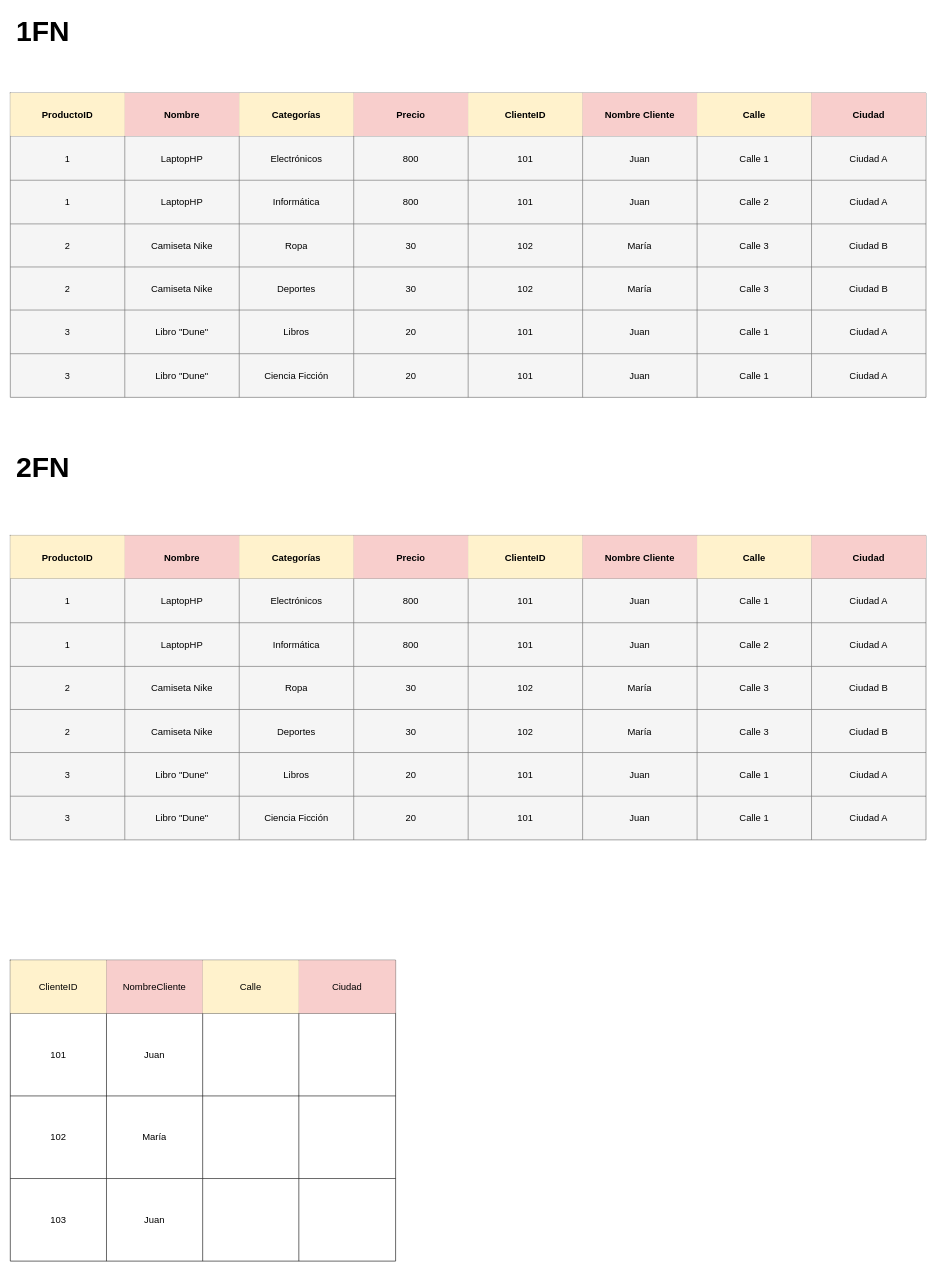
Above: Unidad-4/Tarea-1/Tarea-1.drawio in jpprguezz/BAE (draw.io), before the change. Source tidied: cells renumbered, new cells numbered last; positions are measured from the earlier drawing's top-left corner, leaving out a move shared by most shapes. Both pictures are drawn from the tidied source at 59%, with x=0, y=0 at pixel (10, 10).
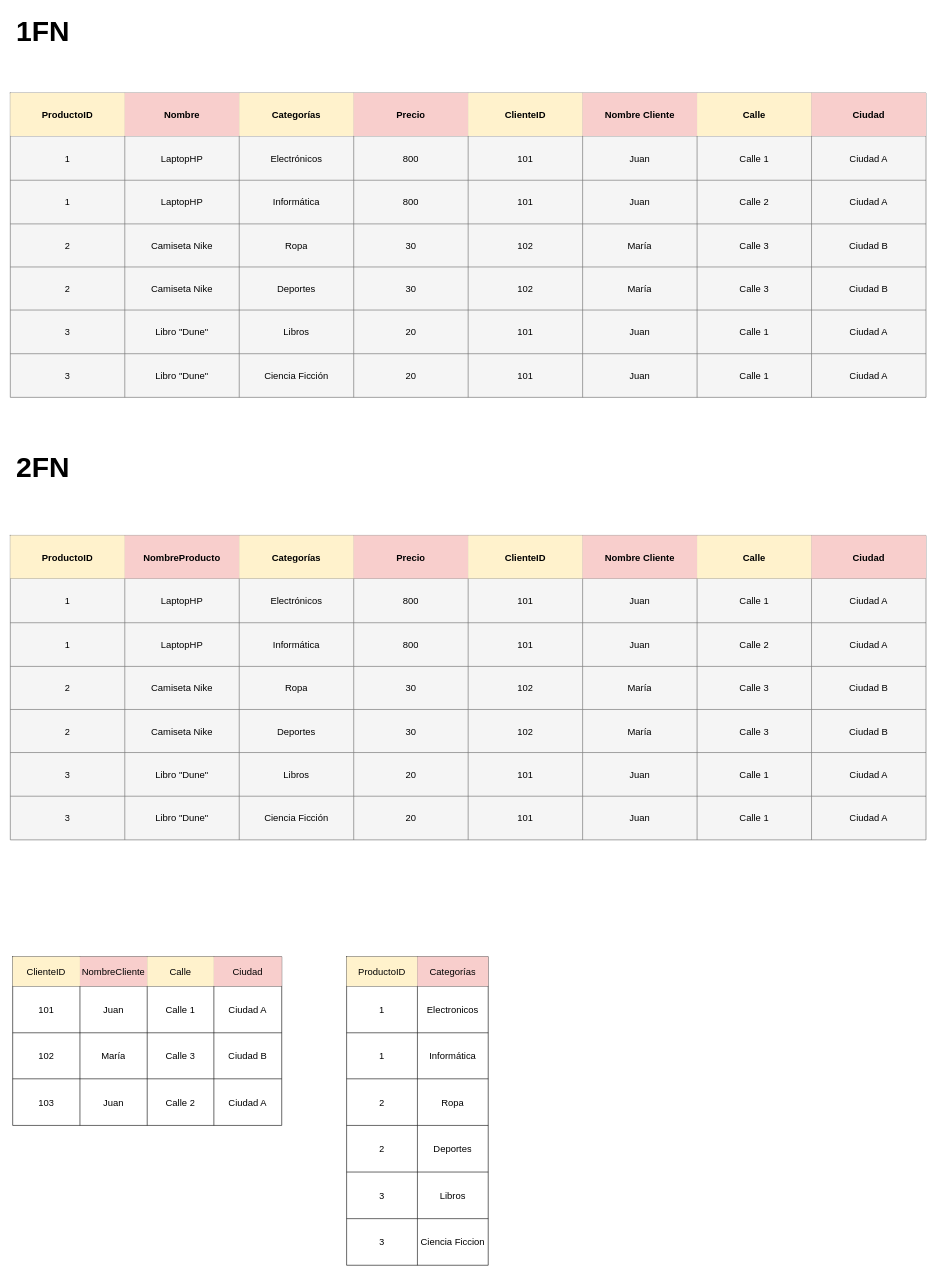
After the change.

The change refers to these unchanged cells:
```xml
<mxCell id="69" style="shape=tableRow;horizontal=0;startSize=0;swimlaneHead=0;swimlaneBody=0;strokeColor=inherit;top=0;left=0;bottom=0;right=0;fillColor=none;fontSize=16;" parent="68" vertex="1">
  <mxGeometry width="1552" height="73" as="geometry" />
</mxCell>
```

Change to the diagram source:
```diff
@@
-    <mxCell id="71" value="&lt;b&gt;Nombre &lt;/b&gt;" style="shape=partialRectangle;html=1;whiteSpace=wrap;strokeColor=#b85450;overflow=hidden;fillColor=#f8cecc;top=0;left=0;bottom=0;right=0;fontSize=16;" parent="69" vertex="1">
+    <mxCell id="71" value="&lt;b&gt;NombreProducto&lt;/b&gt;" style="shape=partialRectangle;html=1;whiteSpace=wrap;strokeColor=#b85450;overflow=hidden;fillColor=#f8cecc;top=0;left=0;bottom=0;right=0;fontSize=16;" parent="69" vertex="1">
       <mxGeometry x="194" width="194" height="73" as="geometry" />
     </mxCell>
@@
     <mxCell id="132" style="shape=table;startSize=0;childLayout=tableLayout;fontSize=16;" parent="1" vertex="1">
-      <mxGeometry y="1610" width="653" height="510" as="geometry" />
+      <mxGeometry x="4" y="1604" width="456" height="286" as="geometry" />
     </mxCell>
     <mxCell id="133" style="shape=tableRow;horizontal=0;startSize=0;swimlaneHead=0;swimlaneBody=0;strokeColor=inherit;top=0;left=0;bottom=0;right=0;fillColor=none;fontSize=16;" parent="132" vertex="1">
-      <mxGeometry width="653" height="90" as="geometry" />
+      <mxGeometry width="456" height="50" as="geometry" />
     </mxCell>
     <mxCell id="134" value="ClienteID" style="shape=partialRectangle;html=1;whiteSpace=wrap;strokeColor=#d6b656;overflow=hidden;fillColor=#fff2cc;top=0;left=0;bottom=0;right=0;fontSize=16;" parent="133" vertex="1">
-      <mxGeometry width="163" height="90" as="geometry" />
+      <mxGeometry width="114" height="50" as="geometry" />
     </mxCell>
     <mxCell id="135" value="NombreCliente" style="shape=partialRectangle;html=1;whiteSpace=wrap;strokeColor=#b85450;overflow=hidden;fillColor=#f8cecc;top=0;left=0;bottom=0;right=0;fontSize=16;" parent="133" vertex="1">
-      <mxGeometry x="163" width="163" height="90" as="geometry" />
+      <mxGeometry x="114" width="114" height="50" as="geometry" />
     </mxCell>
     <mxCell id="136" value="Calle" style="shape=partialRectangle;html=1;whiteSpace=wrap;strokeColor=#d6b656;overflow=hidden;fillColor=#fff2cc;top=0;left=0;bottom=0;right=0;fontSize=16;" parent="133" vertex="1">
-      <mxGeometry x="326" width="163" height="90" as="geometry" />
+      <mxGeometry x="228" width="113" height="50" as="geometry" />
     </mxCell>
     <mxCell id="137" value="Ciudad" style="shape=partialRectangle;html=1;whiteSpace=wrap;strokeColor=#b85450;overflow=hidden;fillColor=#f8cecc;top=0;left=0;bottom=0;right=0;fontSize=16;" parent="133" vertex="1">
-      <mxGeometry x="489" width="164" height="90" as="geometry" />
+      <mxGeometry x="341" width="115" height="50" as="geometry" />
     </mxCell>
     <mxCell id="138" style="shape=tableRow;horizontal=0;startSize=0;swimlaneHead=0;swimlaneBody=0;strokeColor=inherit;top=0;left=0;bottom=0;right=0;fillColor=none;fontSize=16;" parent="132" vertex="1">
-      <mxGeometry y="90" width="653" height="140" as="geometry" />
+      <mxGeometry y="50" width="456" height="79" as="geometry" />
     </mxCell>
     <mxCell id="139" value="101" style="shape=partialRectangle;html=1;whiteSpace=wrap;strokeColor=inherit;overflow=hidden;fillColor=none;top=0;left=0;bottom=0;right=0;fontSize=16;" parent="138" vertex="1">
-      <mxGeometry width="163" height="140" as="geometry" />
+      <mxGeometry width="114" height="79" as="geometry" />
     </mxCell>
     <mxCell id="140" value="Juan" style="shape=partialRectangle;html=1;whiteSpace=wrap;strokeColor=inherit;overflow=hidden;fillColor=none;top=0;left=0;bottom=0;right=0;fontSize=16;" parent="138" vertex="1">
-      <mxGeometry x="163" width="163" height="140" as="geometry" />
+      <mxGeometry x="114" width="114" height="79" as="geometry" />
     </mxCell>
-    <mxCell id="141" style="shape=partialRectangle;html=1;whiteSpace=wrap;strokeColor=inherit;overflow=hidden;fillColor=none;top=0;left=0;bottom=0;right=0;fontSize=16;" parent="138" vertex="1">
-      <mxGeometry x="326" width="163" height="140" as="geometry" />
+    <mxCell id="141" value="Calle 1" style="shape=partialRectangle;html=1;whiteSpace=wrap;strokeColor=inherit;overflow=hidden;fillColor=none;top=0;left=0;bottom=0;right=0;fontSize=16;" parent="138" vertex="1">
+      <mxGeometry x="228" width="113" height="79" as="geometry" />
     </mxCell>
-    <mxCell id="142" style="shape=partialRectangle;html=1;whiteSpace=wrap;strokeColor=inherit;overflow=hidden;fillColor=none;top=0;left=0;bottom=0;right=0;fontSize=16;" parent="138" vertex="1">
-      <mxGeometry x="489" width="164" height="140" as="geometry" />
+    <mxCell id="142" value="Ciudad A" style="shape=partialRectangle;html=1;whiteSpace=wrap;strokeColor=inherit;overflow=hidden;fillColor=none;top=0;left=0;bottom=0;right=0;fontSize=16;" parent="138" vertex="1">
+      <mxGeometry x="341" width="115" height="79" as="geometry" />
     </mxCell>
     <mxCell id="143" style="shape=tableRow;horizontal=0;startSize=0;swimlaneHead=0;swimlaneBody=0;strokeColor=inherit;top=0;left=0;bottom=0;right=0;fillColor=none;fontSize=16;" parent="132" vertex="1">
-      <mxGeometry y="230" width="653" height="140" as="geometry" />
+      <mxGeometry y="129" width="456" height="78" as="geometry" />
     </mxCell>
     <mxCell id="144" value="102" style="shape=partialRectangle;html=1;whiteSpace=wrap;strokeColor=inherit;overflow=hidden;fillColor=none;top=0;left=0;bottom=0;right=0;fontSize=16;" parent="143" vertex="1">
-      <mxGeometry width="163" height="140" as="geometry" />
+      <mxGeometry width="114" height="78" as="geometry" />
     </mxCell>
     <mxCell id="145" value="María" style="shape=partialRectangle;html=1;whiteSpace=wrap;strokeColor=inherit;overflow=hidden;fillColor=none;top=0;left=0;bottom=0;right=0;fontSize=16;" parent="143" vertex="1">
-      <mxGeometry x="163" width="163" height="140" as="geometry" />
+      <mxGeometry x="114" width="114" height="78" as="geometry" />
     </mxCell>
-    <mxCell id="146" style="shape=partialRectangle;html=1;whiteSpace=wrap;strokeColor=inherit;overflow=hidden;fillColor=none;top=0;left=0;bottom=0;right=0;fontSize=16;" parent="143" vertex="1">
-      <mxGeometry x="326" width="163" height="140" as="geometry" />
+    <mxCell id="146" value="Calle 3" style="shape=partialRectangle;html=1;whiteSpace=wrap;strokeColor=inherit;overflow=hidden;fillColor=none;top=0;left=0;bottom=0;right=0;fontSize=16;" parent="143" vertex="1">
+      <mxGeometry x="228" width="113" height="78" as="geometry" />
     </mxCell>
-    <mxCell id="147" style="shape=partialRectangle;html=1;whiteSpace=wrap;strokeColor=inherit;overflow=hidden;fillColor=none;top=0;left=0;bottom=0;right=0;fontSize=16;" parent="143" vertex="1">
-      <mxGeometry x="489" width="164" height="140" as="geometry" />
+    <mxCell id="147" value="Ciudad B" style="shape=partialRectangle;html=1;whiteSpace=wrap;strokeColor=inherit;overflow=hidden;fillColor=none;top=0;left=0;bottom=0;right=0;fontSize=16;" parent="143" vertex="1">
+      <mxGeometry x="341" width="115" height="78" as="geometry" />
     </mxCell>
     <mxCell id="148" style="shape=tableRow;horizontal=0;startSize=0;swimlaneHead=0;swimlaneBody=0;strokeColor=inherit;top=0;left=0;bottom=0;right=0;fillColor=none;fontSize=16;" parent="132" vertex="1">
-      <mxGeometry y="370" width="653" height="140" as="geometry" />
+      <mxGeometry y="207" width="456" height="79" as="geometry" />
     </mxCell>
     <mxCell id="149" value="103" style="shape=partialRectangle;html=1;whiteSpace=wrap;strokeColor=inherit;overflow=hidden;fillColor=none;top=0;left=0;bottom=0;right=0;fontSize=16;" parent="148" vertex="1">
-      <mxGeometry width="163" height="140" as="geometry" />
+      <mxGeometry width="114" height="79" as="geometry" />
     </mxCell>
     <mxCell id="150" value="Juan" style="shape=partialRectangle;html=1;whiteSpace=wrap;strokeColor=inherit;overflow=hidden;fillColor=none;top=0;left=0;bottom=0;right=0;fontSize=16;" parent="148" vertex="1">
-      <mxGeometry x="163" width="163" height="140" as="geometry" />
+      <mxGeometry x="114" width="114" height="79" as="geometry" />
     </mxCell>
-    <mxCell id="151" style="shape=partialRectangle;html=1;whiteSpace=wrap;strokeColor=inherit;overflow=hidden;fillColor=none;top=0;left=0;bottom=0;right=0;fontSize=16;" parent="148" vertex="1">
-      <mxGeometry x="326" width="163" height="140" as="geometry" />
+    <mxCell id="151" value="Calle 2" style="shape=partialRectangle;html=1;whiteSpace=wrap;strokeColor=inherit;overflow=hidden;fillColor=none;top=0;left=0;bottom=0;right=0;fontSize=16;" parent="148" vertex="1">
+      <mxGeometry x="228" width="113" height="79" as="geometry" />
     </mxCell>
-    <mxCell id="152" style="shape=partialRectangle;html=1;whiteSpace=wrap;strokeColor=inherit;overflow=hidden;fillColor=none;top=0;left=0;bottom=0;right=0;fontSize=16;" parent="148" vertex="1">
-      <mxGeometry x="489" width="164" height="140" as="geometry" />
+    <mxCell id="152" value="Ciudad A" style="shape=partialRectangle;html=1;whiteSpace=wrap;strokeColor=inherit;overflow=hidden;fillColor=none;top=0;left=0;bottom=0;right=0;fontSize=16;" parent="148" vertex="1">
+      <mxGeometry x="341" width="115" height="79" as="geometry" />
     </mxCell>
+    <mxCell id="153" style="shape=table;startSize=0;childLayout=tableLayout;fontSize=16;" parent="1" vertex="1">
+      <mxGeometry x="570" y="1604" width="240" height="523" as="geometry" />
+    </mxCell>
+    <mxCell id="154" style="shape=tableRow;horizontal=0;startSize=0;swimlaneHead=0;swimlaneBody=0;strokeColor=inherit;top=0;left=0;bottom=0;right=0;fillColor=none;fontSize=16;" parent="153" vertex="1">
+      <mxGeometry width="240" height="50" as="geometry" />
+    </mxCell>
+    <mxCell id="155" value="ProductoID" style="shape=partialRectangle;html=1;whiteSpace=wrap;strokeColor=#d6b656;overflow=hidden;fillColor=#fff2cc;top=0;left=0;bottom=0;right=0;fontSize=16;" parent="154" vertex="1">
+      <mxGeometry width="120" height="50" as="geometry" />
+    </mxCell>
+    <mxCell id="156" value="Categorías" style="shape=partialRectangle;html=1;whiteSpace=wrap;strokeColor=#b85450;overflow=hidden;fillColor=#f8cecc;top=0;left=0;bottom=0;right=0;fontSize=16;" parent="154" vertex="1">
+      <mxGeometry x="120" width="120" height="50" as="geometry" />
+    </mxCell>
+    <mxCell id="157" style="shape=tableRow;horizontal=0;startSize=0;swimlaneHead=0;swimlaneBody=0;strokeColor=inherit;top=0;left=0;bottom=0;right=0;fillColor=none;fontSize=16;" parent="153" vertex="1">
+      <mxGeometry y="50" width="240" height="79" as="geometry" />
+    </mxCell>
+    <mxCell id="158" value="1" style="shape=partialRectangle;html=1;whiteSpace=wrap;strokeColor=inherit;overflow=hidden;fillColor=none;top=0;left=0;bottom=0;right=0;fontSize=16;" parent="157" vertex="1">
+      <mxGeometry width="120" height="79" as="geometry" />
+    </mxCell>
+    <mxCell id="159" value="Electronicos" style="shape=partialRectangle;html=1;whiteSpace=wrap;strokeColor=inherit;overflow=hidden;fillColor=none;top=0;left=0;bottom=0;right=0;fontSize=16;" parent="157" vertex="1">
+      <mxGeometry x="120" width="120" height="79" as="geometry" />
+    </mxCell>
+    <mxCell id="160" style="shape=tableRow;horizontal=0;startSize=0;swimlaneHead=0;swimlaneBody=0;strokeColor=inherit;top=0;left=0;bottom=0;right=0;fillColor=none;fontSize=16;" parent="153" vertex="1">
+      <mxGeometry y="129" width="240" height="78" as="geometry" />
+    </mxCell>
+    <mxCell id="161" value="1" style="shape=partialRectangle;html=1;whiteSpace=wrap;strokeColor=inherit;overflow=hidden;fillColor=none;top=0;left=0;bottom=0;right=0;fontSize=16;" parent="160" vertex="1">
+      <mxGeometry width="120" height="78" as="geometry" />
+    </mxCell>
+    <mxCell id="162" value="Informática" style="shape=partialRectangle;html=1;whiteSpace=wrap;strokeColor=inherit;overflow=hidden;fillColor=none;top=0;left=0;bottom=0;right=0;fontSize=16;" parent="160" vertex="1">
+      <mxGeometry x="120" width="120" height="78" as="geometry" />
+    </mxCell>
+    <mxCell id="163" style="shape=tableRow;horizontal=0;startSize=0;swimlaneHead=0;swimlaneBody=0;strokeColor=inherit;top=0;left=0;bottom=0;right=0;fillColor=none;fontSize=16;" parent="153" vertex="1">
+      <mxGeometry y="207" width="240" height="79" as="geometry" />
+    </mxCell>
+    <mxCell id="164" value="2" style="shape=partialRectangle;html=1;whiteSpace=wrap;strokeColor=inherit;overflow=hidden;fillColor=none;top=0;left=0;bottom=0;right=0;fontSize=16;" parent="163" vertex="1">
+      <mxGeometry width="120" height="79" as="geometry" />
+    </mxCell>
+    <mxCell id="165" value="Ropa" style="shape=partialRectangle;html=1;whiteSpace=wrap;strokeColor=inherit;overflow=hidden;fillColor=none;top=0;left=0;bottom=0;right=0;fontSize=16;" parent="163" vertex="1">
+      <mxGeometry x="120" width="120" height="79" as="geometry" />
+    </mxCell>
+    <mxCell id="166" style="shape=tableRow;horizontal=0;startSize=0;swimlaneHead=0;swimlaneBody=0;strokeColor=inherit;top=0;left=0;bottom=0;right=0;fillColor=none;fontSize=16;" parent="153" vertex="1">
+      <mxGeometry y="286" width="240" height="79" as="geometry" />
+    </mxCell>
+    <mxCell id="167" value="2" style="shape=partialRectangle;html=1;whiteSpace=wrap;strokeColor=inherit;overflow=hidden;fillColor=none;top=0;left=0;bottom=0;right=0;fontSize=16;" parent="166" vertex="1">
+      <mxGeometry width="120" height="79" as="geometry" />
+    </mxCell>
+    <mxCell id="168" value="Deportes" style="shape=partialRectangle;html=1;whiteSpace=wrap;strokeColor=inherit;overflow=hidden;fillColor=none;top=0;left=0;bottom=0;right=0;fontSize=16;" parent="166" vertex="1">
+      <mxGeometry x="120" width="120" height="79" as="geometry" />
+    </mxCell>
+    <mxCell id="169" style="shape=tableRow;horizontal=0;startSize=0;swimlaneHead=0;swimlaneBody=0;strokeColor=inherit;top=0;left=0;bottom=0;right=0;fillColor=none;fontSize=16;" parent="153" vertex="1">
+      <mxGeometry y="365" width="240" height="79" as="geometry" />
+    </mxCell>
+    <mxCell id="170" value="3" style="shape=partialRectangle;html=1;whiteSpace=wrap;strokeColor=inherit;overflow=hidden;fillColor=none;top=0;left=0;bottom=0;right=0;fontSize=16;" parent="169" vertex="1">
+      <mxGeometry width="120" height="79" as="geometry" />
+    </mxCell>
+    <mxCell id="171" value="Libros" style="shape=partialRectangle;html=1;whiteSpace=wrap;strokeColor=inherit;overflow=hidden;fillColor=none;top=0;left=0;bottom=0;right=0;fontSize=16;" parent="169" vertex="1">
+      <mxGeometry x="120" width="120" height="79" as="geometry" />
+    </mxCell>
+    <mxCell id="172" style="shape=tableRow;horizontal=0;startSize=0;swimlaneHead=0;swimlaneBody=0;strokeColor=inherit;top=0;left=0;bottom=0;right=0;fillColor=none;fontSize=16;" parent="153" vertex="1">
+      <mxGeometry y="444" width="240" height="79" as="geometry" />
+    </mxCell>
+    <mxCell id="173" value="3" style="shape=partialRectangle;html=1;whiteSpace=wrap;strokeColor=inherit;overflow=hidden;fillColor=none;top=0;left=0;bottom=0;right=0;fontSize=16;" parent="172" vertex="1">
+      <mxGeometry width="120" height="79" as="geometry" />
+    </mxCell>
+    <mxCell id="174" value="Ciencia Ficcion" style="shape=partialRectangle;html=1;whiteSpace=wrap;strokeColor=inherit;overflow=hidden;fillColor=none;top=0;left=0;bottom=0;right=0;fontSize=16;" parent="172" vertex="1">
+      <mxGeometry x="120" width="120" height="79" as="geometry" />
+    </mxCell>
```
